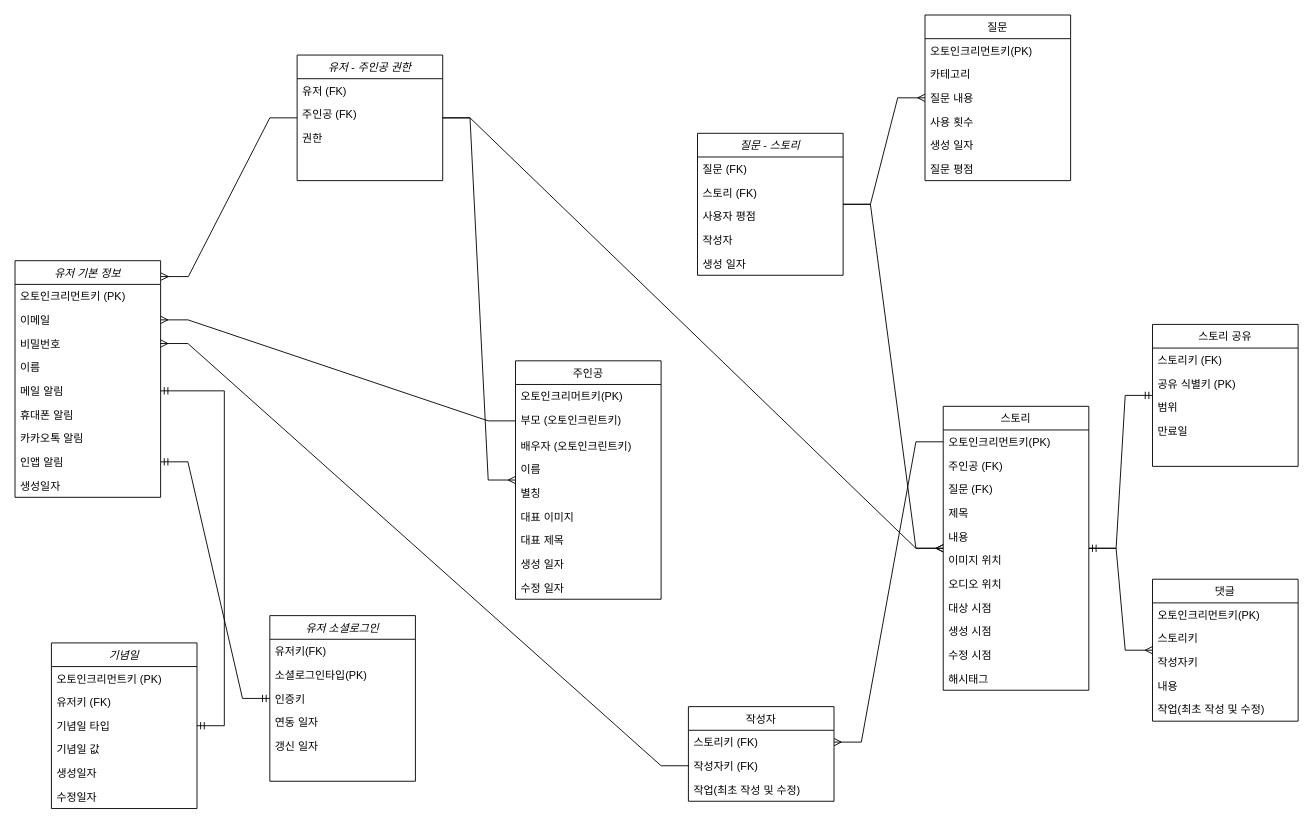
itmca/harmony-files keeps this draw.io diagram as harmony.drawio. Above is the earlier version. Source tidied: cells renumbered, new cells numbered last; positions are measured from the earlier drawing's top-left corner, leaving out a move shared by most shapes. Both pictures are drawn from the tidied source at 91%, with x=0, y=0 at pixel (15, 15).
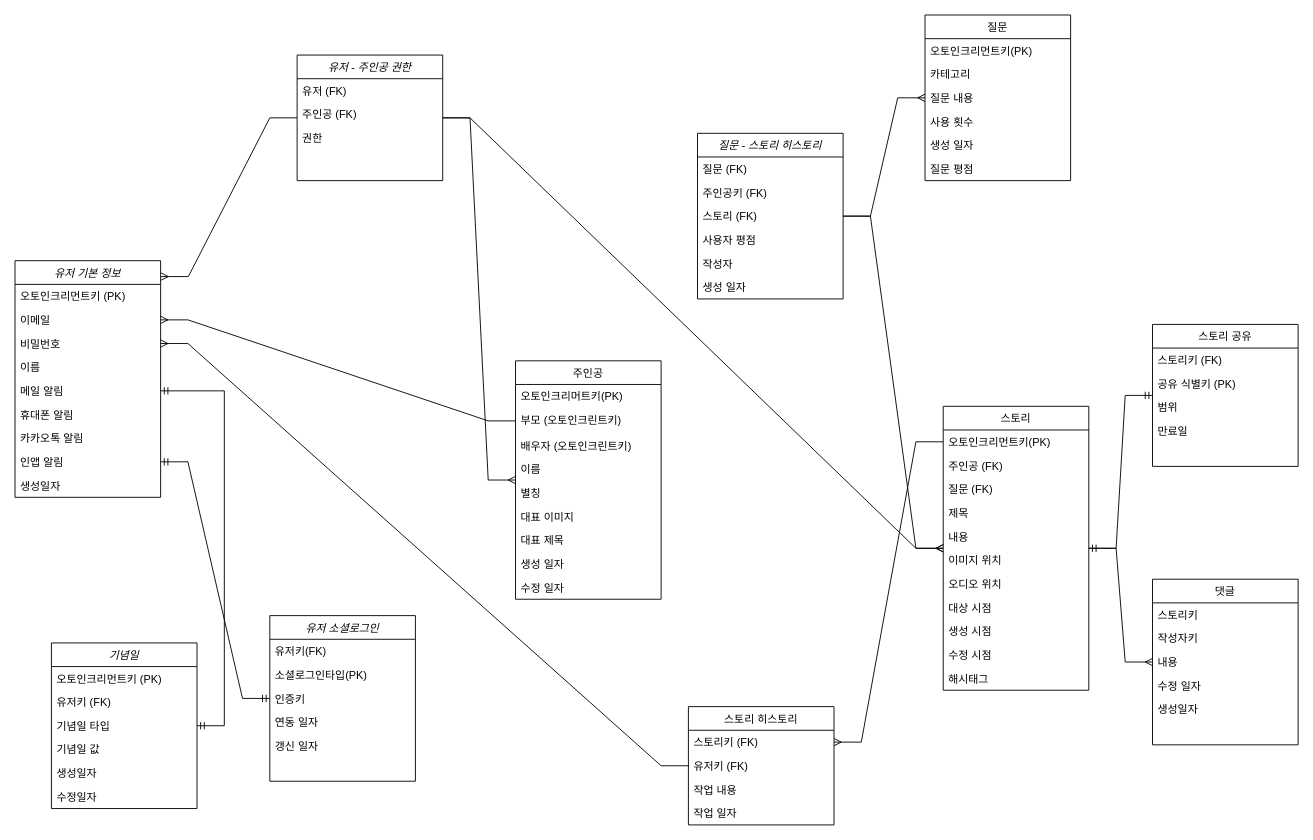
The same diagram, later.

Change to the diagram source:
```diff
@@
-    <mxCell id="24" value="작성자" style="swimlane;fontStyle=0;align=center;verticalAlign=top;horizontal=1;startSize=26;rounded=0;shadow=0;strokeWidth=1;" parent="1" vertex="1">
-      <mxGeometry x="740" y="760" width="160" height="104" as="geometry" />
+    <mxCell id="24" value="스토리 히스토리" style="swimlane;fontStyle=0;align=center;verticalAlign=top;horizontal=1;startSize=26;rounded=0;shadow=0;strokeWidth=1;" parent="1" vertex="1">
+      <mxGeometry x="740" y="760" width="160" height="130" as="geometry" />
     </mxCell>
@@
-    <mxCell id="26" value="작성자키 (FK)" style="text;align=left;verticalAlign=top;spacingLeft=4;spacingRight=4;overflow=hidden;points=[[0,0.5],[1,0.5]];portConstraint=eastwest;" parent="24" vertex="1">
+    <mxCell id="26" value="유저키 (FK)" style="text;align=left;verticalAlign=top;spacingLeft=4;spacingRight=4;overflow=hidden;points=[[0,0.5],[1,0.5]];portConstraint=eastwest;" parent="24" vertex="1">
       <mxGeometry y="52" width="160" height="26" as="geometry" />
     </mxCell>
+    <mxCell id="91" value="작업 내용" style="text;align=left;verticalAlign=top;spacingLeft=4;spacingRight=4;overflow=hidden;" parent="24" vertex="1">
+      <mxGeometry y="78" width="160" height="26" as="geometry" />
+    </mxCell>
-    <mxCell id="27" value="작업(최초 작성 및 수정)" style="text;align=left;verticalAlign=top;spacingLeft=4;spacingRight=4;overflow=hidden;" parent="24" vertex="1">
-      <mxGeometry y="78" width="160" height="26" as="geometry" />
+    <mxCell id="27" value="작업 일자" style="text;align=left;verticalAlign=top;spacingLeft=4;spacingRight=4;overflow=hidden;" parent="24" vertex="1">
+      <mxGeometry y="104" width="160" height="26" as="geometry" />
     </mxCell>
@@
     <mxCell id="67" value="댓글" style="swimlane;fontStyle=0;align=center;verticalAlign=top;horizontal=1;startSize=26;rounded=0;shadow=0;strokeWidth=1;" parent="1" vertex="1">
-      <mxGeometry x="1250" y="620" width="160" height="156" as="geometry" />
+      <mxGeometry x="1250" y="620" width="160" height="182" as="geometry" />
     </mxCell>
-    <mxCell id="68" value="오토인크리먼트키(PK)" style="text;align=left;verticalAlign=top;spacingLeft=4;spacingRight=4;overflow=hidden;" parent="67" vertex="1">
-      <mxGeometry y="26" width="160" height="26" as="geometry" />
-    </mxCell>
     <mxCell id="69" value="스토리키" style="text;align=left;verticalAlign=top;spacingLeft=4;spacingRight=4;overflow=hidden;" parent="67" vertex="1">
-      <mxGeometry y="52" width="160" height="26" as="geometry" />
+      <mxGeometry y="26" width="160" height="26" as="geometry" />
     </mxCell>
     <mxCell id="70" value="작성자키" style="text;align=left;verticalAlign=top;spacingLeft=4;spacingRight=4;overflow=hidden;" parent="67" vertex="1">
-      <mxGeometry y="78" width="160" height="26" as="geometry" />
+      <mxGeometry y="52" width="160" height="26" as="geometry" />
     </mxCell>
     <mxCell id="71" value="내용" style="text;align=left;verticalAlign=top;spacingLeft=4;spacingRight=4;overflow=hidden;" parent="67" vertex="1">
-      <mxGeometry y="104" width="160" height="26" as="geometry" />
+      <mxGeometry y="78" width="160" height="26" as="geometry" />
     </mxCell>
+    <mxCell id="92" value="수정 일자" style="text;align=left;verticalAlign=top;spacingLeft=4;spacingRight=4;overflow=hidden;" parent="67" vertex="1">
+      <mxGeometry y="104" width="160" height="26" as="geometry" />
+    </mxCell>
-    <mxCell id="72" value="작업(최초 작성 및 수정)" style="text;align=left;verticalAlign=top;spacingLeft=4;spacingRight=4;overflow=hidden;" parent="67" vertex="1">
+    <mxCell id="72" value="생성일자" style="text;align=left;verticalAlign=top;spacingLeft=4;spacingRight=4;overflow=hidden;" parent="67" vertex="1">
       <mxGeometry y="130" width="160" height="26" as="geometry" />
     </mxCell>
@@
-    <mxCell id="80" value="질문 - 스토리" style="swimlane;fontStyle=2;align=center;verticalAlign=top;horizontal=1;startSize=26;rounded=0;shadow=0;strokeWidth=1;" parent="1" vertex="1">
-      <mxGeometry x="750" y="130" width="160" height="156" as="geometry" />
+    <mxCell id="80" value="질문 - 스토리 히스토리" style="swimlane;fontStyle=2;align=center;verticalAlign=top;horizontal=1;startSize=26;rounded=0;shadow=0;strokeWidth=1;" parent="1" vertex="1">
+      <mxGeometry x="750" y="130" width="160" height="182" as="geometry" />
     </mxCell>
@@
+    <mxCell id="93" value="주인공키 (FK)" style="text;align=left;verticalAlign=top;spacingLeft=4;spacingRight=4;overflow=hidden;rounded=0;shadow=0;html=0;" parent="80" vertex="1">
+      <mxGeometry y="52" width="160" height="26" as="geometry" />
+    </mxCell>
     <mxCell id="82" value="스토리 (FK)" style="text;align=left;verticalAlign=top;spacingLeft=4;spacingRight=4;overflow=hidden;rounded=0;shadow=0;html=0;" parent="80" vertex="1">
-      <mxGeometry y="52" width="160" height="26" as="geometry" />
+      <mxGeometry y="78" width="160" height="26" as="geometry" />
     </mxCell>
     <mxCell id="83" value="사용자 평점" style="text;align=left;verticalAlign=top;spacingLeft=4;spacingRight=4;overflow=hidden;rounded=0;shadow=0;html=0;" parent="80" vertex="1">
-      <mxGeometry y="78" width="160" height="26" as="geometry" />
+      <mxGeometry y="104" width="160" height="26" as="geometry" />
     </mxCell>
     <mxCell id="84" value="작성자" style="text;align=left;verticalAlign=top;spacingLeft=4;spacingRight=4;overflow=hidden;rounded=0;shadow=0;html=0;" parent="80" vertex="1">
-      <mxGeometry y="104" width="160" height="26" as="geometry" />
+      <mxGeometry y="130" width="160" height="26" as="geometry" />
     </mxCell>
     <mxCell id="85" value="생성 일자" style="text;align=left;verticalAlign=top;spacingLeft=4;spacingRight=4;overflow=hidden;rounded=0;shadow=0;html=0;" parent="80" vertex="1">
-      <mxGeometry y="130" width="160" height="26" as="geometry" />
+      <mxGeometry y="156" width="160" height="26" as="geometry" />
     </mxCell>
```
